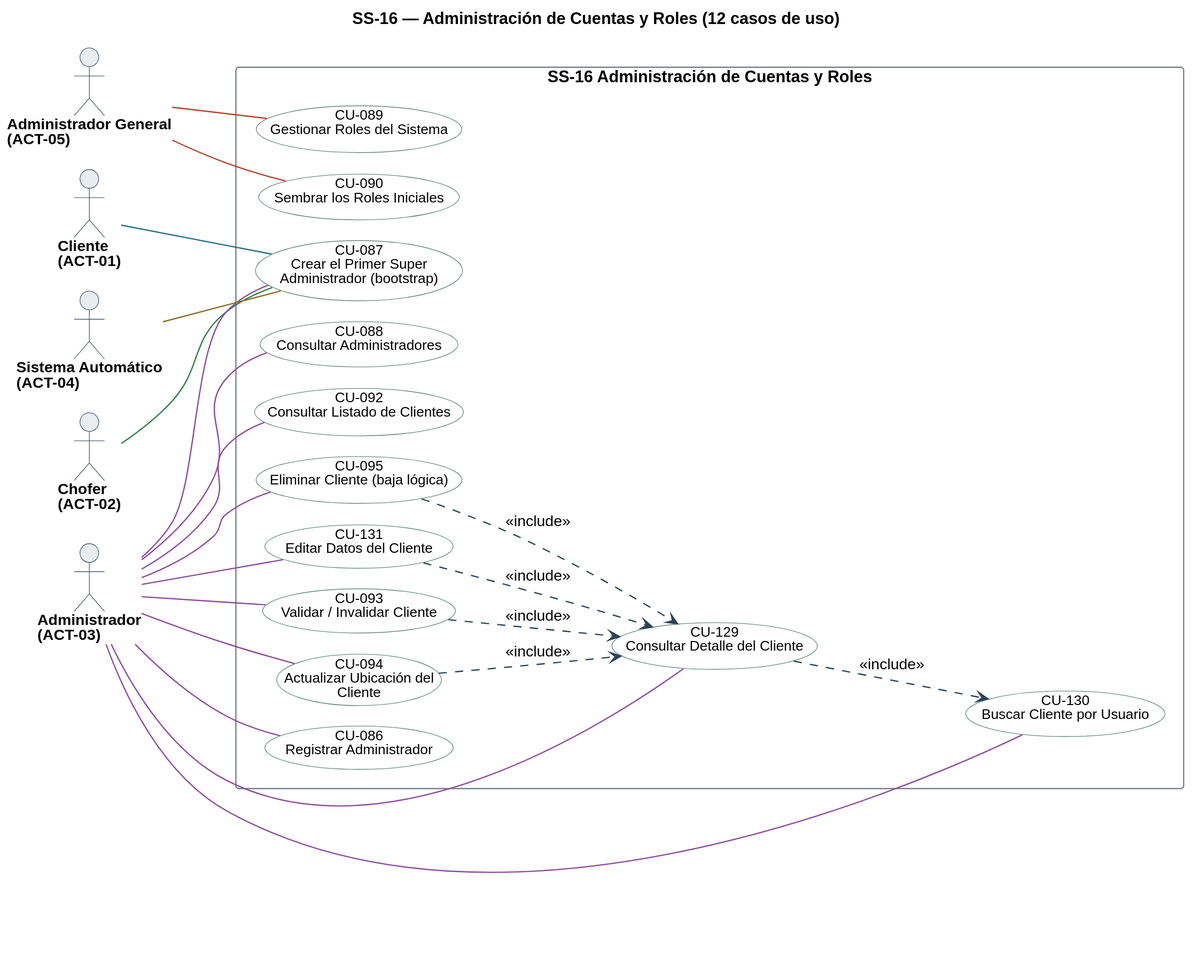
Before: diagramas/uml/CU_SS-16_Administracion-De-Cuentas-Y-Roles.svg, a diagram exported from PlantUML (Nahuelito-Dev/splg-docs).
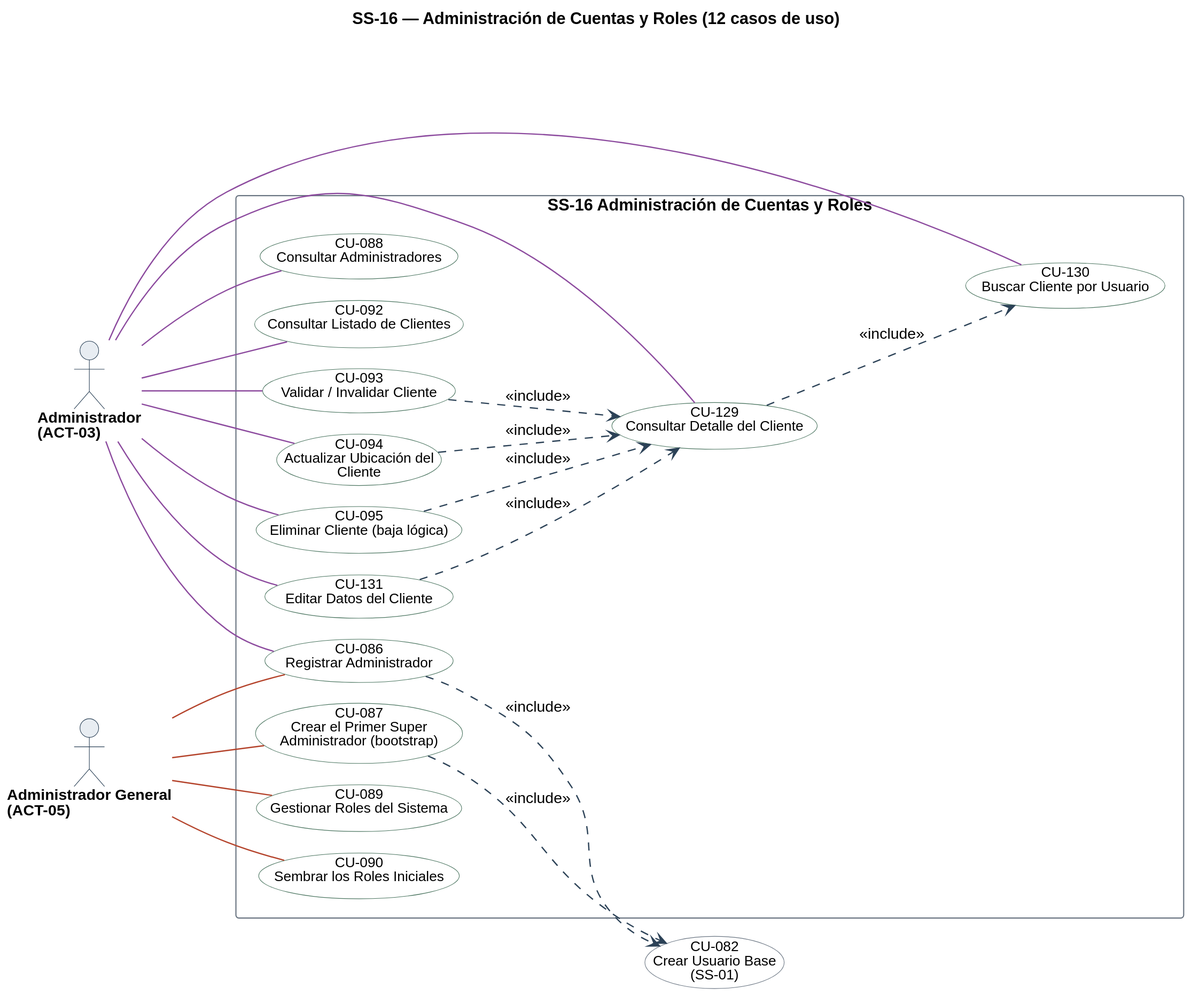
The same diagram one commit later.

Change to the diagram source:
```diff
@@ -34,10 +34,7 @@
   BackgroundColor<<factorizado>> #F2F4F6
 }
 
-actor "Cliente\n(ACT-01)" as A01
-actor "Chofer\n(ACT-02)" as A02
 actor "Administrador\n(ACT-03)" as A03
-actor "Sistema Automático\n(ACT-04)" as A04
 actor "Administrador General\n(ACT-05)" as A05
 
 rectangle "SS-16 Administración de Cuentas y Roles" {
@@ -55,10 +52,9 @@
   usecase "CU-131\nEditar Datos del Cliente" as U131 #back:FFFFFF;line:4B7560
 }
 
-A01 -[#1F6F8B]- U087
-A02 -[#2E7D46]- U087
+usecase "CU-082\nCrear Usuario Base\n(SS-01)" as U082 #back:FFFFFF;line:6B7683
+
 A03 -[#8C4A9E]- U086
-A03 -[#8C4A9E]- U087
 A03 -[#8C4A9E]- U088
 A03 -[#8C4A9E]- U092
 A03 -[#8C4A9E]- U093
@@ -67,7 +63,8 @@
 A03 -[#8C4A9E]- U129
 A03 -[#8C4A9E]- U130
 A03 -[#8C4A9E]- U131
-A04 -[#8A6D1F]- U087
+A05 -[#B4432B]- U086
+A05 -[#B4432B]- U087
 A05 -[#B4432B]- U089
 A05 -[#B4432B]- U090
 
@@ -76,4 +73,6 @@
 U095 ..> U129 : <<include>>
 U131 ..> U129 : <<include>>
 U129 ..> U130 : <<include>>
+U086 ..> U082 : <<include>>
+U087 ..> U082 : <<include>>
 @enduml
```
